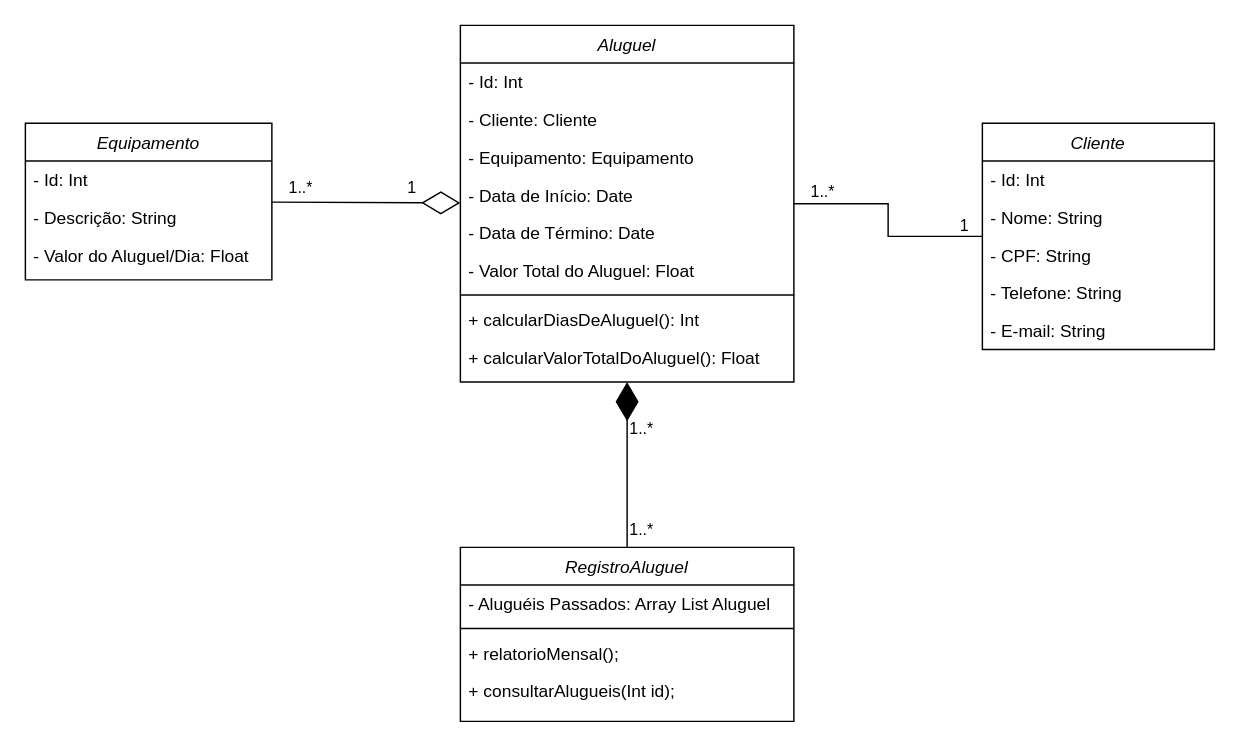
Earlier version of the draw.io diagram lab-prog-modular-projeto-1.drawio (daviferreiradev/diagrama-de-classes). Source tidied: cells renumbered, new cells numbered last; positions are measured from the earlier drawing's top-left corner, leaving out a move shared by most shapes. Both pictures are drawn from the tidied source at 145%, with x=0, y=0 at pixel (25, 25).
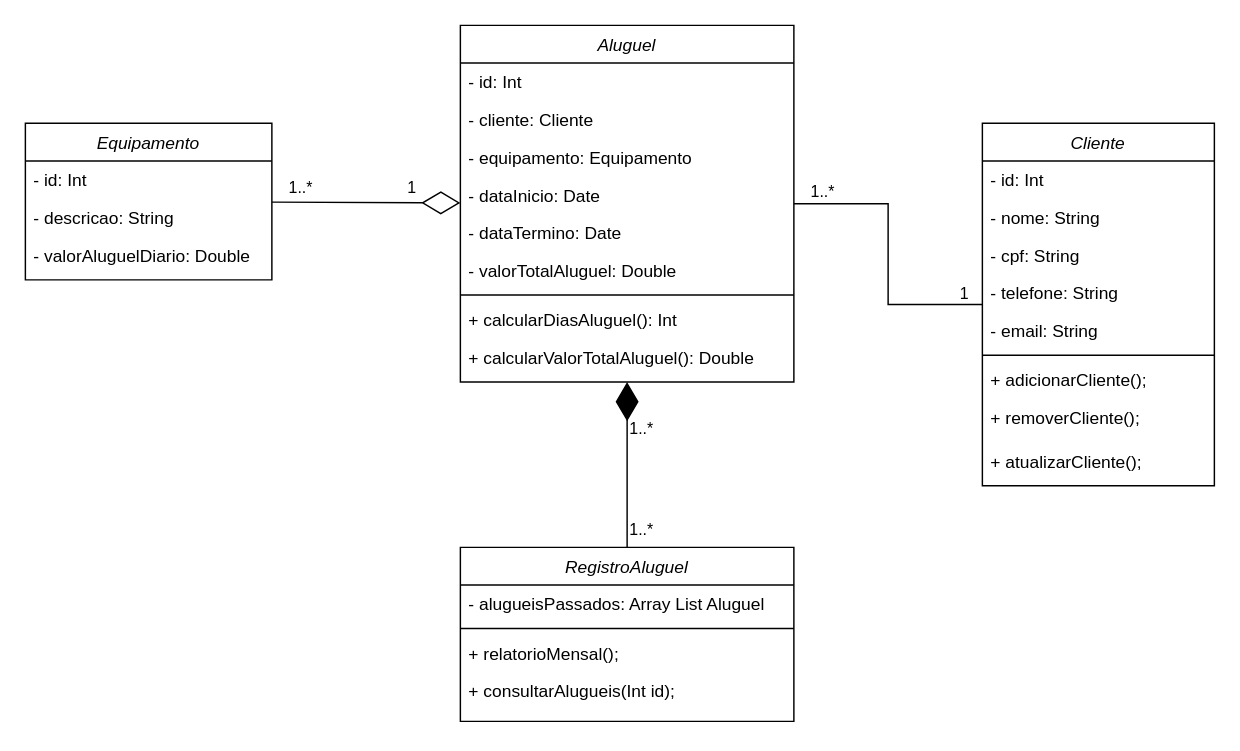
The same page after the edit.

Unchanged cells that the change refers to:
```xml
<mxCell id="2" value="Equipamento" style="swimlane;fontStyle=2;align=center;verticalAlign=top;horizontal=1;startSize=26;rounded=0;shadow=0;strokeWidth=1;" parent="1" vertex="1">
  <mxGeometry y="67.5" width="170" height="108" as="geometry" />
</mxCell>
<mxCell id="12" value="Aluguel" style="swimlane;fontStyle=2;align=center;verticalAlign=top;horizontal=1;startSize=26;rounded=0;shadow=0;strokeWidth=1;" parent="1" vertex="1">
  <mxGeometry x="300" width="230" height="246" as="geometry" />
</mxCell>
<mxCell id="25" value="RegistroAluguel" style="swimlane;fontStyle=2;align=center;verticalAlign=top;horizontal=1;startSize=26;rounded=0;shadow=0;strokeWidth=1;" parent="1" vertex="1">
  <mxGeometry x="300" y="360" width="230" height="120" as="geometry" />
</mxCell>
```

What changed in the source:
```diff
@@
-    <mxCell id="3" value="- Id: Int" style="text;align=left;verticalAlign=top;spacingLeft=4;spacingRight=4;overflow=hidden;" parent="2" vertex="1">
+    <mxCell id="3" value="- id: Int" style="text;align=left;verticalAlign=top;spacingLeft=4;spacingRight=4;overflow=hidden;" parent="2" vertex="1">
       <mxGeometry y="26" width="170" height="26" as="geometry" />
     </mxCell>
-    <mxCell id="4" value="- Descrição: String" style="text;align=left;verticalAlign=top;spacingLeft=4;spacingRight=4;overflow=hidden;rounded=0;shadow=0;html=0;" parent="2" vertex="1">
+    <mxCell id="4" value="- descricao: String" style="text;align=left;verticalAlign=top;spacingLeft=4;spacingRight=4;overflow=hidden;rounded=0;shadow=0;html=0;" parent="2" vertex="1">
       <mxGeometry y="52" width="170" height="26" as="geometry" />
     </mxCell>
-    <mxCell id="5" value="- Valor do Aluguel/Dia: Float" style="text;align=left;verticalAlign=top;spacingLeft=4;spacingRight=4;overflow=hidden;rounded=0;shadow=0;html=0;" parent="2" vertex="1">
+    <mxCell id="5" value="- valorAluguelDiario: Double" style="text;align=left;verticalAlign=top;spacingLeft=4;spacingRight=4;overflow=hidden;rounded=0;shadow=0;html=0;" parent="2" vertex="1">
       <mxGeometry y="78" width="170" height="26" as="geometry" />
     </mxCell>
     <mxCell id="6" value="Cliente" style="swimlane;fontStyle=2;align=center;verticalAlign=top;horizontal=1;startSize=26;rounded=0;shadow=0;strokeWidth=1;" parent="1" vertex="1">
-      <mxGeometry x="660" y="67.5" width="160" height="156" as="geometry" />
+      <mxGeometry x="660" y="67.5" width="160" height="250" as="geometry" />
     </mxCell>
-    <mxCell id="7" value="- Id: Int" style="text;align=left;verticalAlign=top;spacingLeft=4;spacingRight=4;overflow=hidden;" parent="6" vertex="1">
+    <mxCell id="7" value="- id: Int" style="text;align=left;verticalAlign=top;spacingLeft=4;spacingRight=4;overflow=hidden;" parent="6" vertex="1">
       <mxGeometry y="26" width="160" height="26" as="geometry" />
     </mxCell>
-    <mxCell id="8" value="- Nome: String" style="text;align=left;verticalAlign=top;spacingLeft=4;spacingRight=4;overflow=hidden;rounded=0;shadow=0;html=0;" parent="6" vertex="1">
+    <mxCell id="8" value="- nome: String" style="text;align=left;verticalAlign=top;spacingLeft=4;spacingRight=4;overflow=hidden;rounded=0;shadow=0;html=0;" parent="6" vertex="1">
       <mxGeometry y="52" width="160" height="26" as="geometry" />
     </mxCell>
-    <mxCell id="9" value="- CPF: String" style="text;align=left;verticalAlign=top;spacingLeft=4;spacingRight=4;overflow=hidden;rounded=0;shadow=0;html=0;" parent="6" vertex="1">
+    <mxCell id="9" value="- cpf: String" style="text;align=left;verticalAlign=top;spacingLeft=4;spacingRight=4;overflow=hidden;rounded=0;shadow=0;html=0;" parent="6" vertex="1">
       <mxGeometry y="78" width="160" height="26" as="geometry" />
     </mxCell>
-    <mxCell id="10" value="- Telefone: String" style="text;align=left;verticalAlign=top;spacingLeft=4;spacingRight=4;overflow=hidden;rounded=0;shadow=0;html=0;" parent="6" vertex="1">
+    <mxCell id="10" value="- telefone: String" style="text;align=left;verticalAlign=top;spacingLeft=4;spacingRight=4;overflow=hidden;rounded=0;shadow=0;html=0;" parent="6" vertex="1">
       <mxGeometry y="104" width="160" height="26" as="geometry" />
     </mxCell>
-    <mxCell id="11" value="- E-mail: String" style="text;align=left;verticalAlign=top;spacingLeft=4;spacingRight=4;overflow=hidden;rounded=0;shadow=0;html=0;" parent="6" vertex="1">
+    <mxCell id="11" value="- email: String" style="text;align=left;verticalAlign=top;spacingLeft=4;spacingRight=4;overflow=hidden;rounded=0;shadow=0;html=0;" parent="6" vertex="1">
       <mxGeometry y="130" width="160" height="26" as="geometry" />
     </mxCell>
+    <mxCell id="36" style="line;html=1;strokeWidth=1;align=left;verticalAlign=middle;spacingTop=-1;spacingLeft=3;spacingRight=3;labelPosition=right;" parent="6" vertex="1">
+      <mxGeometry y="156" width="160" height="8" as="geometry" />
+    </mxCell>
+    <mxCell id="37" value="+ adicionarCliente();" style="text;align=left;verticalAlign=top;spacingLeft=4;spacingRight=4;overflow=hidden;rounded=0;shadow=0;html=0;" parent="6" vertex="1">
+      <mxGeometry y="164" width="160" height="26" as="geometry" />
+    </mxCell>
+    <mxCell id="38" value="+ removerCliente();" style="text;align=left;verticalAlign=top;spacingLeft=4;spacingRight=4;overflow=hidden;rounded=0;shadow=0;html=0;" parent="6" vertex="1">
+      <mxGeometry y="190" width="160" height="30" as="geometry" />
+    </mxCell>
+    <mxCell id="39" value="+ atualizarCliente();" style="text;align=left;verticalAlign=top;spacingLeft=4;spacingRight=4;overflow=hidden;rounded=0;shadow=0;html=0;" parent="6" vertex="1">
+      <mxGeometry y="220" width="160" height="30" as="geometry" />
+    </mxCell>
@@
-    <mxCell id="13" value="- Id: Int" style="text;align=left;verticalAlign=top;spacingLeft=4;spacingRight=4;overflow=hidden;" parent="12" vertex="1">
+    <mxCell id="13" value="- id: Int" style="text;align=left;verticalAlign=top;spacingLeft=4;spacingRight=4;overflow=hidden;" parent="12" vertex="1">
       <mxGeometry y="26" width="230" height="26" as="geometry" />
     </mxCell>
-    <mxCell id="14" value="- Cliente: Cliente" style="text;align=left;verticalAlign=top;spacingLeft=4;spacingRight=4;overflow=hidden;" parent="12" vertex="1">
+    <mxCell id="14" value="- cliente: Cliente" style="text;align=left;verticalAlign=top;spacingLeft=4;spacingRight=4;overflow=hidden;" parent="12" vertex="1">
       <mxGeometry y="52" width="230" height="26" as="geometry" />
     </mxCell>
-    <mxCell id="15" value="- Equipamento: Equipamento" style="text;align=left;verticalAlign=top;spacingLeft=4;spacingRight=4;overflow=hidden;" parent="12" vertex="1">
+    <mxCell id="15" value="- equipamento: Equipamento" style="text;align=left;verticalAlign=top;spacingLeft=4;spacingRight=4;overflow=hidden;" parent="12" vertex="1">
       <mxGeometry y="78" width="230" height="26" as="geometry" />
     </mxCell>
-    <mxCell id="16" value="- Data de Início: Date" style="text;align=left;verticalAlign=top;spacingLeft=4;spacingRight=4;overflow=hidden;rounded=0;shadow=0;html=0;" parent="12" vertex="1">
+    <mxCell id="16" value="- dataInicio: Date" style="text;align=left;verticalAlign=top;spacingLeft=4;spacingRight=4;overflow=hidden;rounded=0;shadow=0;html=0;" parent="12" vertex="1">
       <mxGeometry y="104" width="230" height="26" as="geometry" />
     </mxCell>
-    <mxCell id="17" value="- Data de Término: Date" style="text;align=left;verticalAlign=top;spacingLeft=4;spacingRight=4;overflow=hidden;" parent="12" vertex="1">
+    <mxCell id="17" value="- dataTermino: Date" style="text;align=left;verticalAlign=top;spacingLeft=4;spacingRight=4;overflow=hidden;" parent="12" vertex="1">
       <mxGeometry y="130" width="230" height="26" as="geometry" />
     </mxCell>
-    <mxCell id="18" value="- Valor Total do Aluguel: Float" style="text;align=left;verticalAlign=top;spacingLeft=4;spacingRight=4;overflow=hidden;rounded=0;shadow=0;html=0;" parent="12" vertex="1">
+    <mxCell id="18" value="- valorTotalAluguel: Double" style="text;align=left;verticalAlign=top;spacingLeft=4;spacingRight=4;overflow=hidden;rounded=0;shadow=0;html=0;" parent="12" vertex="1">
       <mxGeometry y="156" width="230" height="26" as="geometry" />
     </mxCell>
@@
-    <mxCell id="20" value="+ calcularDiasDeAluguel(): Int" style="text;align=left;verticalAlign=top;spacingLeft=4;spacingRight=4;overflow=hidden;rounded=0;shadow=0;html=0;" parent="12" vertex="1">
+    <mxCell id="20" value="+ calcularDiasAluguel(): Int" style="text;align=left;verticalAlign=top;spacingLeft=4;spacingRight=4;overflow=hidden;rounded=0;shadow=0;html=0;" parent="12" vertex="1">
       <mxGeometry y="190" width="230" height="26" as="geometry" />
     </mxCell>
-    <mxCell id="21" value="+ calcularValorTotalDoAluguel(): Float" style="text;align=left;verticalAlign=top;spacingLeft=4;spacingRight=4;overflow=hidden;rounded=0;shadow=0;html=0;" parent="12" vertex="1">
+    <mxCell id="21" value="+ calcularValorTotalAluguel(): Double" style="text;align=left;verticalAlign=top;spacingLeft=4;spacingRight=4;overflow=hidden;rounded=0;shadow=0;html=0;" parent="12" vertex="1">
       <mxGeometry y="216" width="230" height="30" as="geometry" />
     </mxCell>
@@
-    <mxCell id="26" value="- Aluguéis Passados: Array List Aluguel" style="text;align=left;verticalAlign=top;spacingLeft=4;spacingRight=4;overflow=hidden;" parent="25" vertex="1">
+    <mxCell id="26" value="- alugueisPassados: Array List Aluguel" style="text;align=left;verticalAlign=top;spacingLeft=4;spacingRight=4;overflow=hidden;" parent="25" vertex="1">
       <mxGeometry y="26" width="230" height="26" as="geometry" />
     </mxCell>
```
